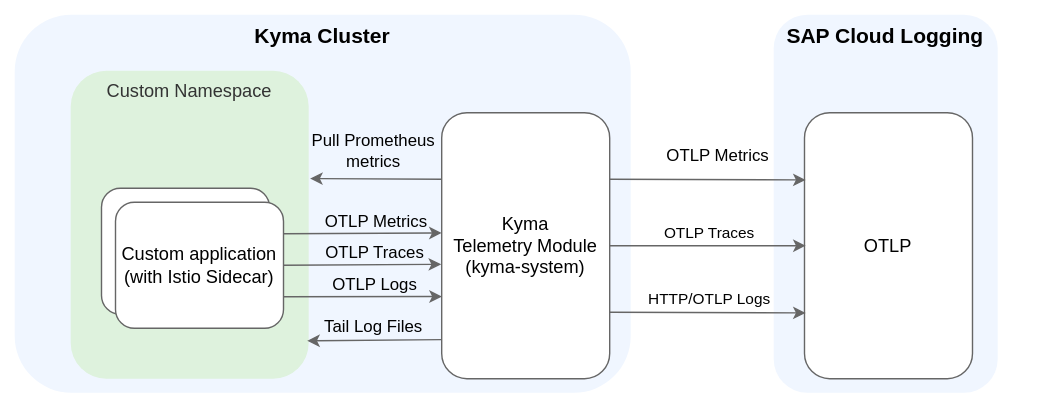
Earlier version of the draw.io export docs/user/integration/assets/sap-cloud-logging.drawio.svg (kyma-project/telemetry-manager). Source tidied: cells renumbered, new cells last; positions are measured from the earlier drawing's top-left corner, leaving out a move shared by most shapes.
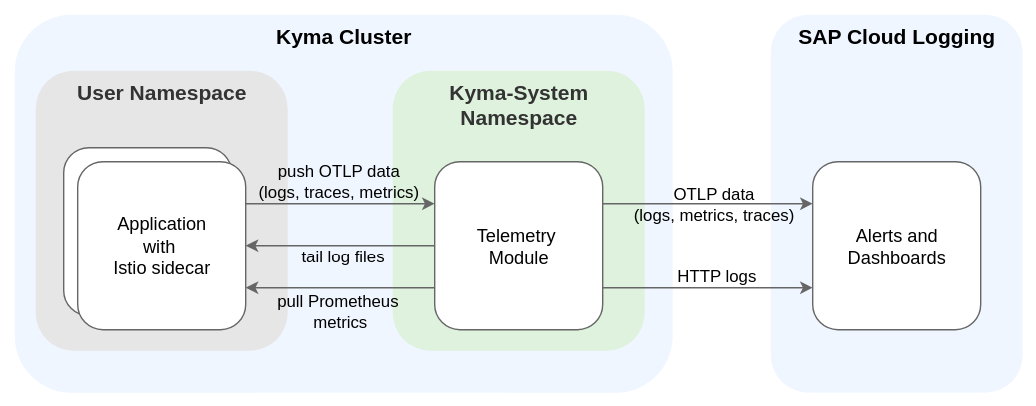
Above is the later version.

Commit message:
update CLS diagram

Change to the diagram source:
```diff
@@ -3,11 +3,17 @@
     <mxCell id="0" />
     <mxCell id="1" parent="0" />
     <mxCell id="2" style="rounded=0;whiteSpace=wrap;html=1;strokeColor=none;" parent="1" vertex="1">
-      <mxGeometry width="750" height="290" as="geometry" />
+      <mxGeometry width="740" height="290" as="geometry" />
     </mxCell>
     <mxCell id="3" value="&lt;b&gt;&lt;font style=&quot;font-size: 15px;&quot;&gt;Kyma Cluster&lt;br&gt;&lt;/font&gt;&lt;/b&gt;" style="rounded=1;whiteSpace=wrap;html=1;fillColor=#F0F6FF;strokeColor=none;verticalAlign=top;" parent="1" vertex="1">
-      <mxGeometry x="10" y="10" width="440" height="270" as="geometry" />
+      <mxGeometry x="10" y="10" width="470" height="270" as="geometry" />
     </mxCell>
+    <mxCell id="7" value="&lt;font style=&quot;&quot;&gt;&lt;font style=&quot;font-size: 15px;&quot;&gt;&lt;b&gt;User Namespace&lt;/b&gt;&lt;/font&gt;&lt;br&gt;&lt;/font&gt;" style="rounded=1;whiteSpace=wrap;html=1;fillColor=#E6E6E6;fontColor=#333333;strokeColor=none;verticalAlign=top;gradientColor=none;" parent="1" vertex="1">
+      <mxGeometry x="25" y="50" width="180" height="200" as="geometry" />
+    </mxCell>
+    <mxCell id="28" value="&lt;font style=&quot;&quot;&gt;&lt;font style=&quot;font-size: 15px;&quot;&gt;&lt;b&gt;Kyma-System Namespace&lt;/b&gt;&lt;/font&gt;&lt;br&gt;&lt;/font&gt;" style="rounded=1;whiteSpace=wrap;html=1;fillColor=#DEF2DD;fontColor=#333333;strokeColor=none;verticalAlign=top;" parent="1" vertex="1">
+      <mxGeometry x="280" y="50" width="180" height="200" as="geometry" />
+    </mxCell>
     <mxCell id="4" style="edgeStyle=orthogonalEdgeStyle;rounded=0;orthogonalLoop=1;jettySize=auto;html=1;exitX=0.5;exitY=1;exitDx=0;exitDy=0;" parent="1" edge="1">
       <mxGeometry relative="1" as="geometry">
         <mxPoint x="372" y="250" as="sourcePoint" />
@@ -15,99 +21,62 @@
       </mxGeometry>
     </mxCell>
     <mxCell id="5" value="&lt;font style=&quot;font-size: 15px;&quot;&gt;&lt;b&gt;SAP Cloud Logging&lt;br&gt;&lt;/b&gt;&lt;/font&gt;" style="rounded=1;whiteSpace=wrap;html=1;fillColor=#F0F6FF;strokeColor=none;verticalAlign=top;" parent="1" vertex="1">
-      <mxGeometry x="552.1" y="10" width="160" height="270" as="geometry" />
+      <mxGeometry x="550" y="10" width="180" height="270" as="geometry" />
     </mxCell>
-    <mxCell id="6" value="&lt;span style=&quot;font-size: 13px;&quot;&gt;OTLP&lt;/span&gt;" style="rounded=1;whiteSpace=wrap;html=1;fillColor=#FFFFFF;strokeColor=#666666;" parent="1" vertex="1">
-      <mxGeometry x="574.1" y="80" width="120" height="190" as="geometry" />
+    <mxCell id="6" value="&lt;span style=&quot;font-size: 13px;&quot;&gt;Alerts and Dashboards&lt;/span&gt;" style="rounded=1;whiteSpace=wrap;html=1;fillColor=#FFFFFF;strokeColor=#666666;" parent="1" vertex="1">
+      <mxGeometry x="580" y="115" width="120" height="120" as="geometry" />
     </mxCell>
-    <mxCell id="7" value="&lt;font style=&quot;font-size: 13px;&quot;&gt;Custom Namespace&lt;br&gt;&lt;/font&gt;" style="rounded=1;whiteSpace=wrap;html=1;fillColor=#DEF2DD;fontColor=#333333;strokeColor=none;verticalAlign=top;" parent="1" vertex="1">
-      <mxGeometry x="50" y="50" width="170" height="220" as="geometry" />
-    </mxCell>
-    <mxCell id="8" value="&lt;font style=&quot;font-size: 13px;&quot;&gt;Kyma &lt;br&gt;Telemetry Module&lt;br style=&quot;border-color: var(--border-color);&quot;&gt;(kyma-system)&lt;/font&gt;" style="rounded=1;whiteSpace=wrap;html=1;fillColor=#FFFFFF;strokeColor=#666666;" parent="1" vertex="1">
-      <mxGeometry x="315" y="80" width="120" height="190" as="geometry" />
-    </mxCell>
-    <mxCell id="9" style="edgeStyle=none;rounded=1;jettySize=auto;html=1;exitX=1;exitY=0.25;exitDx=0;exitDy=0;strokeColor=#666666;entryX=0;entryY=0.452;entryDx=0;entryDy=0;entryPerimeter=0;" parent="1" edge="1" source="18" target="8">
-      <mxGeometry relative="1" as="geometry" />
-    </mxCell>
-    <mxCell id="10" value="OTLP Metrics" style="edgeLabel;html=1;align=center;verticalAlign=middle;labelBackgroundColor=none;fontStyle=0;fontSize=12;" parent="9" vertex="1">
-      <mxGeometry x="-0.29" y="2" relative="1" as="geometry">
-        <mxPoint x="26" y="-7" as="offset" />
-      </mxGeometry>
-    </mxCell>
-    <mxCell id="11" style="edgeStyle=none;rounded=1;jettySize=auto;html=1;exitX=1;exitY=0.5;exitDx=0;exitDy=0;strokeColor=#666666;entryX=-0.003;entryY=0.57;entryDx=0;entryDy=0;entryPerimeter=0;" parent="1" edge="1" source="18" target="8">
+    <mxCell id="11" style="edgeStyle=none;rounded=1;jettySize=auto;html=1;exitX=1;exitY=0.25;exitDx=0;exitDy=0;strokeColor=#666666;entryX=0;entryY=0.25;entryDx=0;entryDy=0;" parent="1" edge="1" source="18" target="8">
       <mxGeometry relative="1" as="geometry" />
     </mxCell>
-    <mxCell id="12" value="OTLP Traces" style="edgeLabel;html=1;align=center;verticalAlign=middle;fontSize=12;fontStyle=0;labelBackgroundColor=none;" parent="11" vertex="1">
+    <mxCell id="12" value="push OTLP data&lt;br&gt;&lt;div&gt;(logs, traces, metrics)&lt;/div&gt;" style="edgeLabel;html=1;align=center;verticalAlign=middle;fontSize=12;fontStyle=0;labelBackgroundColor=none;" parent="11" vertex="1">
       <mxGeometry x="-0.1" y="2" relative="1" as="geometry">
-        <mxPoint x="14" y="-7" as="offset" />
+        <mxPoint x="5" y="-14" as="offset" />
       </mxGeometry>
     </mxCell>
     <mxCell id="13" style="rounded=1;whiteSpace=wrap;html=1;fontSize=13;fontStyle=0;strokeColor=#666666;" parent="1" vertex="1">
-      <mxGeometry x="72" y="134" width="120" height="90" as="geometry" />
+      <mxGeometry x="45" y="105" width="120" height="120" as="geometry" />
     </mxCell>
-    <mxCell id="14" value="&lt;font style=&quot;font-size: 12px;&quot;&gt;OTLP Metrics&lt;/font&gt;" style="edgeLabel;html=1;align=center;verticalAlign=middle;fontStyle=0;labelBackgroundColor=none;fontSize=12;" parent="1" vertex="1">
-      <mxGeometry x="522" y="107" as="geometry">
+    <mxCell id="14" value="OTLP data&lt;div&gt;(logs, metrics, traces)&lt;/div&gt;" style="edgeLabel;html=1;align=center;verticalAlign=middle;fontStyle=0;labelBackgroundColor=none;fontSize=12;" parent="1" vertex="1">
+      <mxGeometry x="520" y="142" as="geometry">
         <mxPoint x="-11" y="3" as="offset" />
       </mxGeometry>
     </mxCell>
     <mxCell id="15" style="edgeStyle=orthogonalEdgeStyle;rounded=0;orthogonalLoop=1;jettySize=auto;html=1;exitX=0.5;exitY=1;exitDx=0;exitDy=0;" parent="1" edge="1" source="8" target="8">
       <mxGeometry relative="1" as="geometry" />
     </mxCell>
-    <mxCell id="16" style="edgeStyle=none;rounded=1;jettySize=auto;html=1;exitX=0;exitY=0.853;exitDx=0;exitDy=0;strokeColor=#666666;entryX=0.982;entryY=0.804;entryDx=0;entryDy=0;exitPerimeter=0;entryPerimeter=0;" parent="1" edge="1" source="8">
-      <mxGeometry relative="1" as="geometry">
-        <mxPoint x="218.9" y="243" as="targetPoint" />
-      </mxGeometry>
+    <mxCell id="16" style="rounded=1;jettySize=auto;html=1;exitX=0;exitY=0.75;exitDx=0;exitDy=0;strokeColor=#666666;entryX=1;entryY=0.75;entryDx=0;entryDy=0;" parent="1" edge="1" source="8" target="18">
+      <mxGeometry relative="1" as="geometry" />
     </mxCell>
-    <mxCell id="17" value="Tail Log Files" style="edgeLabel;html=1;align=center;verticalAlign=middle;fontSize=12;fontStyle=0;labelBackgroundColor=none;" parent="16" vertex="1">
+    <mxCell id="17" value="pull Prometheus&amp;nbsp;&lt;div&gt;metrics&lt;/div&gt;" style="edgeLabel;html=1;align=center;verticalAlign=middle;fontSize=12;fontStyle=0;labelBackgroundColor=none;" parent="16" vertex="1">
       <mxGeometry x="-0.1" y="2" relative="1" as="geometry">
-        <mxPoint x="-7" y="-12" as="offset" />
+        <mxPoint x="-8" y="15" as="offset" />
       </mxGeometry>
     </mxCell>
-    <mxCell id="18" value="Custom application&lt;br&gt;(with Istio Sidecar)" style="rounded=1;whiteSpace=wrap;html=1;fontSize=13;fontStyle=0;strokeColor=#666666;" parent="1" vertex="1">
-      <mxGeometry x="82" y="144" width="120" height="90" as="geometry" />
+    <mxCell id="18" value="Application&lt;br&gt;with&amp;nbsp;&lt;div&gt;Istio sidecar&lt;/div&gt;" style="rounded=1;whiteSpace=wrap;html=1;fontSize=13;fontStyle=0;strokeColor=#666666;" parent="1" vertex="1">
+      <mxGeometry x="55" y="115" width="120" height="120" as="geometry" />
     </mxCell>
-    <mxCell id="19" style="edgeStyle=none;rounded=1;jettySize=auto;html=1;exitX=0;exitY=0.25;exitDx=0;exitDy=0;strokeColor=#666666;entryX=0.994;entryY=0.321;entryDx=0;entryDy=0;entryPerimeter=0;" parent="1" edge="1" source="8">
-      <mxGeometry relative="1" as="geometry">
-        <mxPoint x="221" y="127" as="targetPoint" />
-      </mxGeometry>
-    </mxCell>
-    <mxCell id="20" value="Pull Prometheus&lt;br&gt;metrics" style="edgeLabel;html=1;align=center;verticalAlign=middle;fontSize=12;fontStyle=0;labelBackgroundColor=none;" parent="19" vertex="1">
-      <mxGeometry x="-0.1" y="2" relative="1" as="geometry">
-        <mxPoint x="-7" y="-23" as="offset" />
-      </mxGeometry>
-    </mxCell>
-    <mxCell id="21" style="edgeStyle=none;rounded=1;jettySize=auto;html=1;exitX=1;exitY=0.25;exitDx=0;exitDy=0;strokeColor=#666666;entryX=0;entryY=0.25;entryDx=0;entryDy=0;" parent="1" edge="1" source="8">
-      <mxGeometry relative="1" as="geometry">
-        <mxPoint x="575" y="128" as="targetPoint" />
-      </mxGeometry>
+    <mxCell id="21" style="edgeStyle=none;rounded=1;jettySize=auto;html=1;exitX=1;exitY=0.25;exitDx=0;exitDy=0;strokeColor=#666666;entryX=0;entryY=0.25;entryDx=0;entryDy=0;" parent="1" edge="1" source="8" target="6">
+      <mxGeometry relative="1" as="geometry" />
     </mxCell>
-    <mxCell id="22" style="edgeStyle=none;rounded=1;jettySize=auto;html=1;strokeColor=#666666;entryX=0;entryY=0.5;entryDx=0;entryDy=0;exitX=1;exitY=0.5;exitDx=0;exitDy=0;" parent="1" edge="1" source="8">
-      <mxGeometry relative="1" as="geometry">
-        <mxPoint x="575" y="175" as="targetPoint" />
-      </mxGeometry>
-    </mxCell>
-    <mxCell id="23" value="OTLP Traces" style="edgeLabel;html=1;align=center;verticalAlign=middle;labelBackgroundColor=none;" parent="22" vertex="1">
-      <mxGeometry x="0.2" y="-2" relative="1" as="geometry">
-        <mxPoint x="-14" y="-12" as="offset" />
-      </mxGeometry>
-    </mxCell>
-    <mxCell id="24" style="edgeStyle=none;rounded=1;jettySize=auto;html=1;exitX=1;exitY=0.75;exitDx=0;exitDy=0;strokeColor=#666666;entryX=0;entryY=0.75;entryDx=0;entryDy=0;" parent="1" edge="1" source="8">
-      <mxGeometry relative="1" as="geometry">
-        <mxPoint x="575" y="223" as="targetPoint" />
-      </mxGeometry>
+    <mxCell id="24" style="edgeStyle=none;rounded=1;jettySize=auto;html=1;exitX=1;exitY=0.75;exitDx=0;exitDy=0;strokeColor=#666666;entryX=0;entryY=0.75;entryDx=0;entryDy=0;" parent="1" edge="1" source="8" target="6">
+      <mxGeometry relative="1" as="geometry" />
     </mxCell>
-    <mxCell id="25" value="HTTP/OTLP Logs" style="edgeLabel;html=1;align=center;verticalAlign=middle;labelBackgroundColor=none;" parent="24" vertex="1">
+    <mxCell id="25" value="HTTP logs" style="edgeLabel;html=1;align=center;verticalAlign=middle;labelBackgroundColor=none;fontSize=12;" parent="24" vertex="1">
       <mxGeometry x="0.14" y="1" relative="1" as="geometry">
-        <mxPoint x="-10" y="-9" as="offset" />
+        <mxPoint x="-5" y="-7" as="offset" />
       </mxGeometry>
     </mxCell>
-    <mxCell id="26" style="edgeStyle=none;rounded=1;jettySize=auto;html=1;exitX=1;exitY=0.75;exitDx=0;exitDy=0;strokeColor=#666666;entryX=0.001;entryY=0.691;entryDx=0;entryDy=0;entryPerimeter=0;" parent="1" edge="1" source="18" target="8">
-      <mxGeometry relative="1" as="geometry" />
-    </mxCell>
-    <mxCell id="27" value="OTLP Logs" style="edgeLabel;html=1;align=center;verticalAlign=middle;fontSize=12;fontStyle=0;labelBackgroundColor=none;" parent="26" vertex="1">
-      <mxGeometry x="-0.1" y="2" relative="1" as="geometry">
-        <mxPoint x="14" y="-7" as="offset" />
-      </mxGeometry>
-    </mxCell>
+    <mxCell id="29" style="rounded=1;jettySize=auto;html=1;exitX=0;exitY=0.5;exitDx=0;exitDy=0;strokeColor=#666666;entryX=1;entryY=0.5;entryDx=0;entryDy=0;" parent="1" edge="1" source="8" target="18">
+      <mxGeometry relative="1" as="geometry" />
+    </mxCell>
+    <mxCell id="30" value="tail log files" style="edgeLabel;html=1;align=center;verticalAlign=middle;fontSize=12;fontStyle=0;labelBackgroundColor=none;" parent="29" vertex="1">
+      <mxGeometry x="-0.1" y="2" relative="1" as="geometry">
+        <mxPoint x="-6" y="6" as="offset" />
+      </mxGeometry>
+    </mxCell>
+    <mxCell id="8" value="&lt;font style=&quot;font-size: 13px;&quot;&gt;Telemetry&amp;nbsp;&lt;/font&gt;&lt;div&gt;&lt;font style=&quot;font-size: 13px;&quot;&gt;Module&lt;br&gt;&lt;/font&gt;&lt;/div&gt;" style="rounded=1;whiteSpace=wrap;html=1;fillColor=#FFFFFF;strokeColor=#666666;" parent="1" vertex="1">
+      <mxGeometry x="310" y="115" width="120" height="120" as="geometry" />
+    </mxCell>
   </root>
 </mxGraphModel>
```
